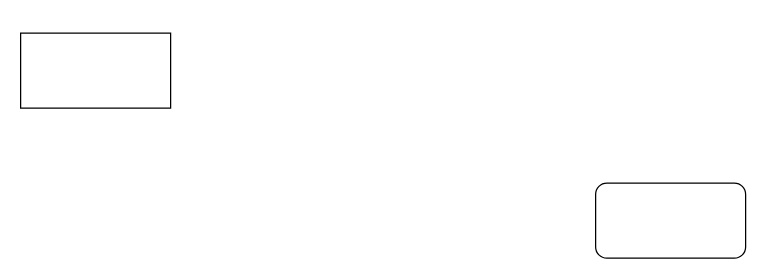
Wavergg/721SoftwareEngineering keeps this draw.io diagram as test1.drawio. Above is the earlier version. Source tidied: cells renumbered, new cells numbered last; positions are measured from the earlier drawing's top-left corner, leaving out a move shared by most shapes. Both pictures are drawn from the tidied source at 125%, with x=0, y=0 at pixel (20, 32).
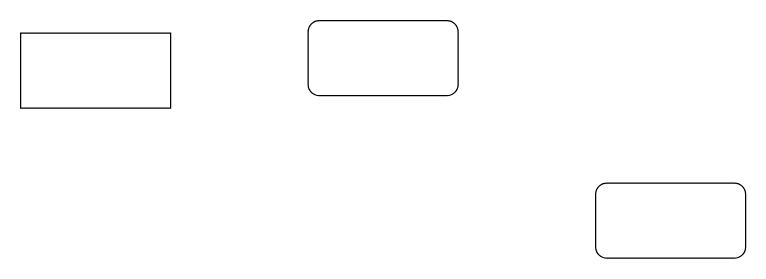
The same page after the edit.

Diff of the diagram source:
```diff
@@
 <mxGraphModel>
   <root>
     <mxCell id="0" />
     <mxCell id="1" parent="0" />
     <mxCell id="2" style="rounded=0;whiteSpace=wrap;html=1;" parent="1" vertex="1">
       <mxGeometry width="120" height="60" as="geometry" />
     </mxCell>
     <mxCell id="3" style="rounded=1;whiteSpace=wrap;html=1;" parent="1" vertex="1">
       <mxGeometry x="460" y="120" width="120" height="60" as="geometry" />
     </mxCell>
+    <mxCell id="4" style="rounded=1;whiteSpace=wrap;html=1;" parent="1" vertex="1">
+      <mxGeometry x="230" y="-10" width="120" height="60" as="geometry" />
+    </mxCell>
   </root>
 </mxGraphModel>
```
